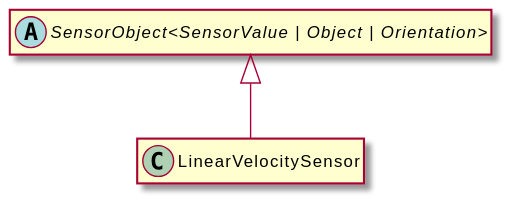
OpenHPS/openhps-core keeps this PlantUML diagram as assets/LinearVelocitySensor-umlClassDiagram-3939.svg. Above is the earlier version. Source of this version:
```plantuml
@startuml
skinparam BackgroundColor transparent
hide empty methods
hide empty fields
class "LinearVelocitySensor" {
}
abstract class "SensorObject<SensorValue | Object | Orientation>" {
}
"SensorObject<SensorValue | Object | Orientation>" <|-- "LinearVelocitySensor"
@enduml
```
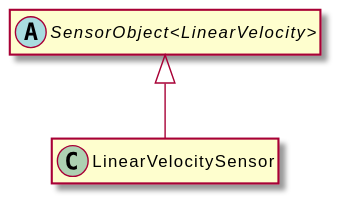
After the commit.

Change to the diagram source:
```diff
@@ -4,7 +4,7 @@
 hide empty fields
 class "LinearVelocitySensor" {
 }
-abstract class "SensorObject<SensorValue | Object | Orientation>" {
+abstract class "SensorObject<LinearVelocity>" {
 }
-"SensorObject<SensorValue | Object | Orientation>" <|-- "LinearVelocitySensor"
+"SensorObject<LinearVelocity>" <|-- "LinearVelocitySensor"
 @enduml
```
